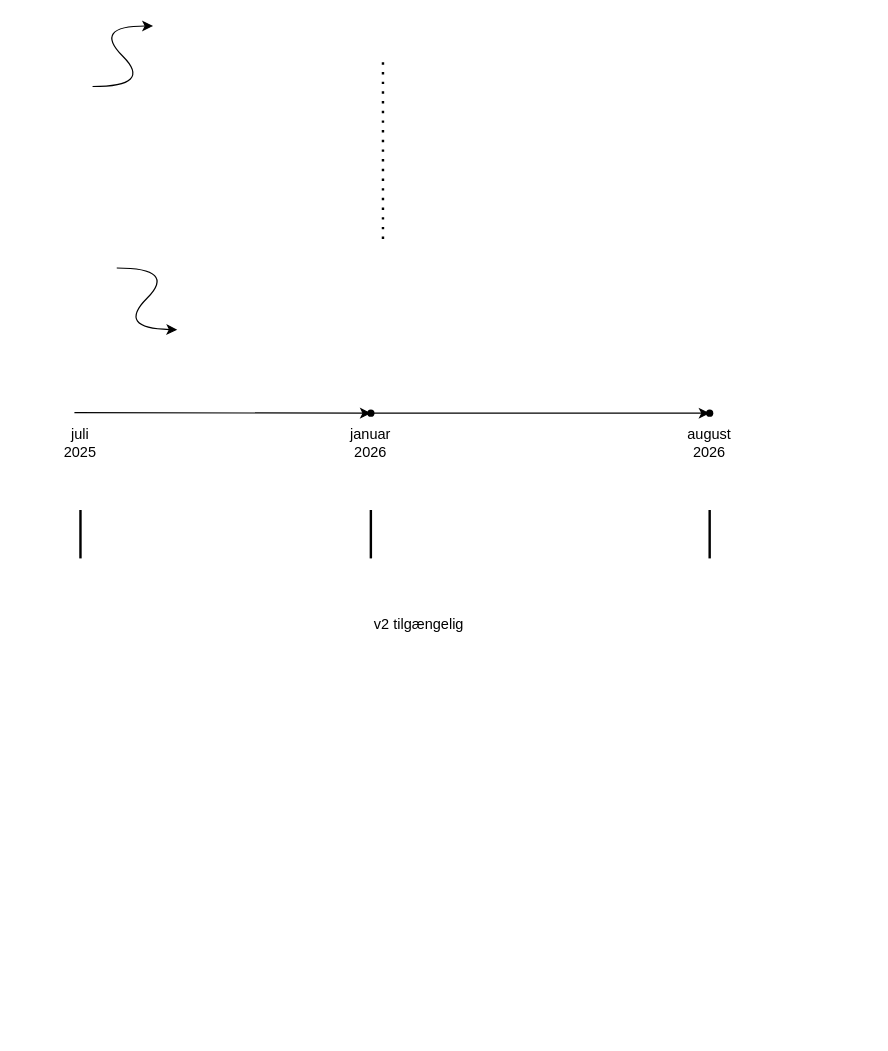
This is Untitled Diagram.drawio from ciaran-dk/flowchart, a draw.io file, before an edit. Source tidied: cells renumbered, new cells numbered last; positions are measured from the earlier drawing's top-left corner, leaving out a move shared by most shapes. Both pictures are drawn from the tidied source at 121%, with x=0, y=0 at pixel (44, 25).
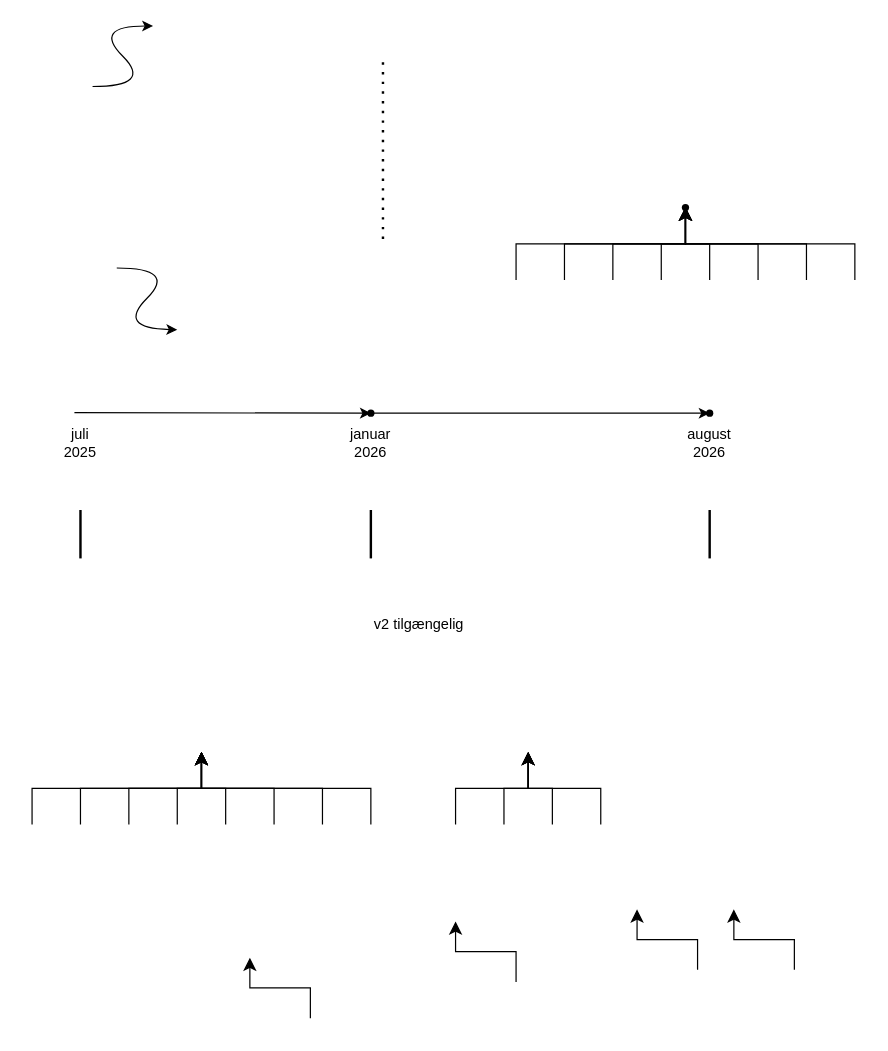
Above is the later version.

What changed in the source:
```diff
@@
+    <mxCell id="16" style="edgeStyle=elbowEdgeStyle;elbow=vertical;endArrow=classic;html=1;curved=0;rounded=0;endSize=8;startSize=8;entryX=0.35;entryY=0.65;entryDx=0;entryDy=0;entryPerimeter=0;" parent="1" edge="1">
+      <mxGeometry relative="1" as="geometry">
+        <mxPoint x="150" y="660" as="sourcePoint" />
+        <mxPoint x="130" y="600" as="targetPoint" />
+      </mxGeometry>
+    </mxCell>
+    <mxCell id="17" style="edgeStyle=elbowEdgeStyle;elbow=vertical;endArrow=classic;html=1;curved=0;rounded=0;endSize=8;startSize=8;entryX=0.9;entryY=0.8;entryDx=0;entryDy=0;entryPerimeter=0;" parent="1" edge="1">
+      <mxGeometry relative="1" as="geometry">
+        <mxPoint x="230" y="660" as="sourcePoint" />
+        <mxPoint x="130" y="600" as="targetPoint" />
+      </mxGeometry>
+    </mxCell>
+    <mxCell id="18" style="edgeStyle=elbowEdgeStyle;elbow=vertical;endArrow=classic;html=1;curved=0;rounded=0;endSize=8;startSize=8;entryX=0.75;entryY=0.75;entryDx=0;entryDy=0;entryPerimeter=0;" parent="1" edge="1">
+      <mxGeometry relative="1" as="geometry">
+        <mxPoint x="190" y="660" as="sourcePoint" />
+        <mxPoint x="130" y="600" as="targetPoint" />
+      </mxGeometry>
+    </mxCell>
+    <mxCell id="19" style="edgeStyle=elbowEdgeStyle;elbow=vertical;endArrow=classic;html=1;curved=0;rounded=0;endSize=8;startSize=8;entryX=0.5;entryY=0.65;entryDx=0;entryDy=0;entryPerimeter=0;" parent="1" edge="1">
+      <mxGeometry relative="1" as="geometry">
+        <mxPoint x="30" y="660" as="sourcePoint" />
+        <mxPoint x="130" y="600" as="targetPoint" />
+      </mxGeometry>
+    </mxCell>
+    <mxCell id="20" style="edgeStyle=elbowEdgeStyle;elbow=vertical;endArrow=classic;html=1;curved=0;rounded=0;endSize=8;startSize=8;" parent="1" edge="1">
+      <mxGeometry relative="1" as="geometry">
+        <mxPoint x="390" y="790" as="sourcePoint" />
+        <mxPoint x="340" y="740" as="targetPoint" />
+      </mxGeometry>
+    </mxCell>
+    <mxCell id="21" style="edgeStyle=elbowEdgeStyle;elbow=vertical;endArrow=classic;html=1;curved=0;rounded=0;endSize=8;startSize=8;" parent="1" edge="1">
+      <mxGeometry relative="1" as="geometry">
+        <mxPoint x="540" y="780" as="sourcePoint" />
+        <mxPoint x="490" y="730" as="targetPoint" />
+      </mxGeometry>
+    </mxCell>
+    <mxCell id="22" style="edgeStyle=elbowEdgeStyle;elbow=vertical;endArrow=classic;html=1;curved=0;rounded=0;endSize=8;startSize=8;" parent="1" edge="1">
+      <mxGeometry relative="1" as="geometry">
+        <mxPoint x="620" y="780" as="sourcePoint" />
+        <mxPoint x="570" y="730" as="targetPoint" />
+      </mxGeometry>
+    </mxCell>
+    <mxCell id="23" style="edgeStyle=elbowEdgeStyle;elbow=vertical;endArrow=classic;html=1;curved=0;rounded=0;endSize=8;startSize=8;" parent="1" edge="1">
+      <mxGeometry relative="1" as="geometry">
+        <mxPoint x="220" y="820" as="sourcePoint" />
+        <mxPoint x="170" y="770" as="targetPoint" />
+      </mxGeometry>
+    </mxCell>
+    <mxCell id="24" style="edgeStyle=elbowEdgeStyle;elbow=vertical;endArrow=classic;html=1;curved=0;rounded=0;endSize=8;startSize=8;entryX=1.25;entryY=0.6;entryDx=0;entryDy=0;entryPerimeter=0;" parent="1" edge="1">
+      <mxGeometry relative="1" as="geometry">
+        <mxPoint x="270" y="660" as="sourcePoint" />
+        <mxPoint x="130" y="600" as="targetPoint" />
+      </mxGeometry>
+    </mxCell>
+    <mxCell id="25" style="edgeStyle=elbowEdgeStyle;elbow=vertical;endArrow=classic;html=1;curved=0;rounded=0;endSize=8;startSize=8;entryX=0;entryY=0.8;entryDx=0;entryDy=0;entryPerimeter=0;" parent="1" edge="1">
+      <mxGeometry relative="1" as="geometry">
+        <mxPoint x="110" y="660" as="sourcePoint" />
+        <mxPoint x="130" y="600" as="targetPoint" />
+      </mxGeometry>
+    </mxCell>
+    <mxCell id="26" style="edgeStyle=elbowEdgeStyle;elbow=vertical;endArrow=classic;html=1;curved=0;rounded=0;endSize=8;startSize=8;entryX=-0.05;entryY=0.3;entryDx=0;entryDy=0;entryPerimeter=0;" parent="1" edge="1">
+      <mxGeometry relative="1" as="geometry">
+        <mxPoint x="70" y="660" as="sourcePoint" />
+        <mxPoint x="130" y="600" as="targetPoint" />
+      </mxGeometry>
+    </mxCell>
+    <mxCell id="27" style="edgeStyle=elbowEdgeStyle;elbow=vertical;endArrow=classic;html=1;curved=0;rounded=0;endSize=8;startSize=8;entryX=0.35;entryY=0.65;entryDx=0;entryDy=0;entryPerimeter=0;" parent="1" edge="1">
+      <mxGeometry relative="1" as="geometry">
+        <mxPoint x="420" y="660" as="sourcePoint" />
+        <mxPoint x="400" y="600" as="targetPoint" />
+      </mxGeometry>
+    </mxCell>
+    <mxCell id="28" style="edgeStyle=elbowEdgeStyle;elbow=vertical;endArrow=classic;html=1;curved=0;rounded=0;endSize=8;startSize=8;entryX=0.75;entryY=0.75;entryDx=0;entryDy=0;entryPerimeter=0;" parent="1" edge="1">
+      <mxGeometry relative="1" as="geometry">
+        <mxPoint x="460" y="660" as="sourcePoint" />
+        <mxPoint x="400" y="600" as="targetPoint" />
+      </mxGeometry>
+    </mxCell>
+    <mxCell id="29" style="edgeStyle=elbowEdgeStyle;elbow=vertical;endArrow=classic;html=1;curved=0;rounded=0;endSize=8;startSize=8;entryX=0;entryY=0.8;entryDx=0;entryDy=0;entryPerimeter=0;" parent="1" edge="1">
+      <mxGeometry relative="1" as="geometry">
+        <mxPoint x="380" y="660" as="sourcePoint" />
+        <mxPoint x="400" y="600" as="targetPoint" />
+      </mxGeometry>
+    </mxCell>
+    <mxCell id="30" style="edgeStyle=elbowEdgeStyle;elbow=vertical;endArrow=classic;html=1;curved=0;rounded=0;endSize=8;startSize=8;entryX=-0.05;entryY=0.3;entryDx=0;entryDy=0;entryPerimeter=0;" parent="1" edge="1">
+      <mxGeometry relative="1" as="geometry">
+        <mxPoint x="340" y="660" as="sourcePoint" />
+        <mxPoint x="400" y="600" as="targetPoint" />
+      </mxGeometry>
+    </mxCell>
+    <mxCell id="31" style="edgeStyle=elbowEdgeStyle;elbow=vertical;endArrow=classic;html=1;curved=0;rounded=0;endSize=8;startSize=8;entryX=-0.05;entryY=0.5;entryDx=0;entryDy=0;entryPerimeter=0;" parent="1" edge="1">
+      <mxGeometry relative="1" as="geometry">
+        <mxPoint x="-10" y="660" as="sourcePoint" />
+        <mxPoint x="130" y="600" as="targetPoint" />
+      </mxGeometry>
+    </mxCell>
+    <mxCell id="32" style="edgeStyle=elbowEdgeStyle;elbow=vertical;endArrow=classic;html=1;curved=0;rounded=0;endSize=8;startSize=8;entryX=0.35;entryY=0.65;entryDx=0;entryDy=0;entryPerimeter=0;" parent="1" edge="1" target="36">
+      <mxGeometry relative="1" as="geometry">
+        <mxPoint x="550" y="210" as="sourcePoint" />
+      </mxGeometry>
+    </mxCell>
+    <mxCell id="33" style="edgeStyle=elbowEdgeStyle;elbow=vertical;endArrow=classic;html=1;curved=0;rounded=0;endSize=8;startSize=8;entryX=0.9;entryY=0.8;entryDx=0;entryDy=0;entryPerimeter=0;" parent="1" edge="1" target="36">
+      <mxGeometry relative="1" as="geometry">
+        <mxPoint x="630" y="210" as="sourcePoint" />
+      </mxGeometry>
+    </mxCell>
+    <mxCell id="34" style="edgeStyle=elbowEdgeStyle;elbow=vertical;endArrow=classic;html=1;curved=0;rounded=0;endSize=8;startSize=8;entryX=0.75;entryY=0.75;entryDx=0;entryDy=0;entryPerimeter=0;" parent="1" edge="1" target="36">
+      <mxGeometry relative="1" as="geometry">
+        <mxPoint x="590" y="210" as="sourcePoint" />
+      </mxGeometry>
+    </mxCell>
+    <mxCell id="35" style="edgeStyle=elbowEdgeStyle;elbow=vertical;endArrow=classic;html=1;curved=0;rounded=0;endSize=8;startSize=8;entryX=0.5;entryY=0.65;entryDx=0;entryDy=0;entryPerimeter=0;" parent="1" edge="1" target="36">
+      <mxGeometry relative="1" as="geometry">
+        <mxPoint x="430" y="210" as="sourcePoint" />
+      </mxGeometry>
+    </mxCell>
+    <mxCell id="36" style="shape=waypoint;sketch=0;fillStyle=solid;size=6;points=[];fillColor=none;perimeter=centerPerimeter;snapToPoint=1;" parent="1" vertex="1">
+      <mxGeometry x="520" y="140" width="20" height="20" as="geometry" />
+    </mxCell>
+    <mxCell id="37" style="edgeStyle=elbowEdgeStyle;elbow=vertical;endArrow=classic;html=1;curved=0;rounded=0;endSize=8;startSize=8;entryX=1.25;entryY=0.6;entryDx=0;entryDy=0;entryPerimeter=0;" parent="1" edge="1" target="36">
+      <mxGeometry relative="1" as="geometry">
+        <mxPoint x="670" y="210" as="sourcePoint" />
+      </mxGeometry>
+    </mxCell>
+    <mxCell id="38" style="edgeStyle=elbowEdgeStyle;elbow=vertical;endArrow=classic;html=1;curved=0;rounded=0;endSize=8;startSize=8;entryX=0;entryY=0.8;entryDx=0;entryDy=0;entryPerimeter=0;" parent="1" edge="1" target="36">
+      <mxGeometry relative="1" as="geometry">
+        <mxPoint x="510" y="210" as="sourcePoint" />
+      </mxGeometry>
+    </mxCell>
+    <mxCell id="39" style="edgeStyle=elbowEdgeStyle;elbow=vertical;endArrow=classic;html=1;curved=0;rounded=0;endSize=8;startSize=8;entryX=-0.05;entryY=0.3;entryDx=0;entryDy=0;entryPerimeter=0;" parent="1" edge="1" target="36">
+      <mxGeometry relative="1" as="geometry">
+        <mxPoint x="470" y="210" as="sourcePoint" />
+      </mxGeometry>
+    </mxCell>
+    <mxCell id="40" style="edgeStyle=elbowEdgeStyle;elbow=vertical;endArrow=classic;html=1;curved=0;rounded=0;endSize=8;startSize=8;entryX=-0.05;entryY=0.5;entryDx=0;entryDy=0;entryPerimeter=0;" parent="1" edge="1" target="36">
+      <mxGeometry relative="1" as="geometry">
+        <mxPoint x="390" y="210" as="sourcePoint" />
+      </mxGeometry>
+    </mxCell>
```
